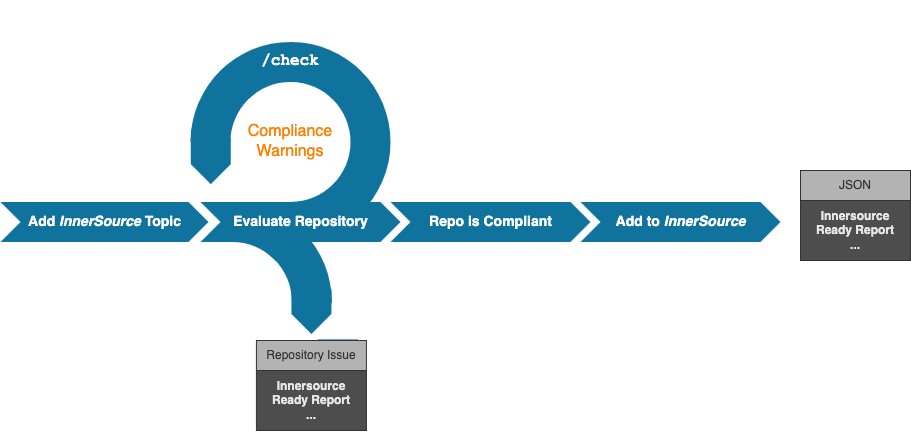
Above: docs/images/processflow.png in github-innersource/innersource-ready-report (draw.io), before the change. Source tidied: cells renumbered, new cells last; positions are measured from the earlier drawing's top-left corner, leaving out a move shared by most shapes.
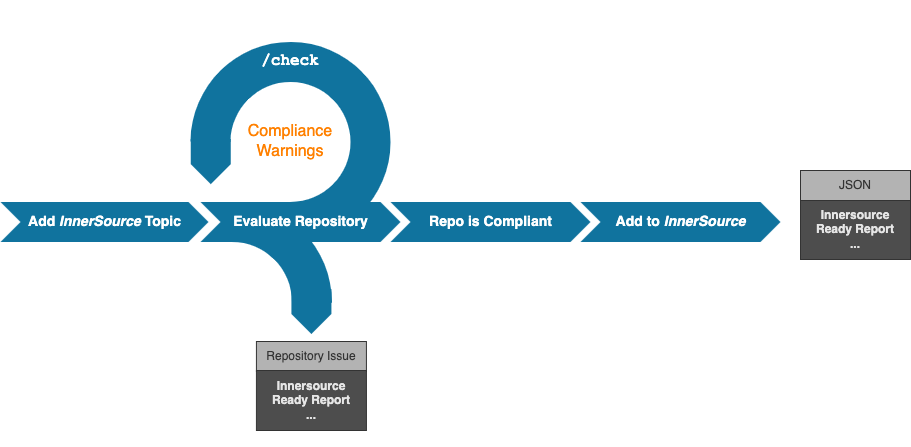
The same diagram one commit later.

Diff of the diagram source:
```diff
@@ -3,10 +3,10 @@
     <mxCell id="0" />
     <mxCell id="1" parent="0" />
     <mxCell id="2" style="group;" parent="1" vertex="1">
-      <mxGeometry x="148.6" width="282.8" height="442.8" as="geometry" />
+      <mxGeometry x="148.6" width="282.8" height="445" as="geometry" />
     </mxCell>
     <mxCell id="3" style="group;" parent="2" vertex="1">
-      <mxGeometry width="282.8" height="442.8" as="geometry" />
+      <mxGeometry width="282.8" height="445" as="geometry" />
     </mxCell>
     <mxCell id="4" style="verticalLabelPosition=bottom;verticalAlign=top;html=1;shape=mxgraph.basic.partConcEllipse;fillColor=#10739E;strokeColor=none;startAngle=0.3762531626299647;endAngle=0.125;arcWidth=0.4;rotation=135;" parent="3" vertex="1">
       <mxGeometry x="41.4" y="41.4" width="200" height="200" as="geometry" />
@@ -18,7 +18,7 @@
       <mxGeometry x="121.4" y="51.4" width="40" height="20" as="geometry" />
     </mxCell>
     <mxCell id="7" style="group;" parent="3" vertex="1">
-      <mxGeometry x="-58.6" y="160" width="282.8" height="282.8" as="geometry" />
+      <mxGeometry x="-58.6" y="160" width="330" height="282.8" as="geometry" />
     </mxCell>
     <mxCell id="8" style="verticalLabelPosition=bottom;verticalAlign=top;html=1;shape=mxgraph.basic.partConcEllipse;fillColor=#10739E;strokeColor=none;startAngle=0.625;endAngle=0.8761449798372287;arcWidth=0.4;rotation=135;" parent="7" vertex="1">
       <mxGeometry x="41.4" y="41.4" width="200" height="200" as="geometry" />
@@ -26,18 +26,12 @@
     <mxCell id="9" style="html=1;shape=mxgraph.infographic.ribbonSimple;notch1=0;notch2=20;fillColor=#10739E;strokeColor=none;align=center;verticalAlign=middle;fontColor=#ffffff;fontSize=14;fontStyle=1;rotation=90;" parent="7" vertex="1">
       <mxGeometry x="198.4" y="131" width="45" height="40" as="geometry" />
     </mxCell>
-    <mxCell id="10" style="html=1;shape=mxgraph.infographic.ribbonSimple;notch1=0;notch2=20;fillColor=#10739E;strokeColor=none;align=center;verticalAlign=middle;fontColor=#ffffff;fontSize=14;fontStyle=1;rotation=90;" parent="7" vertex="1">
-      <mxGeometry x="224.8" y="181.4" width="45" height="40" as="geometry" />
-    </mxCell>
-    <mxCell id="11" style="group;" parent="7" vertex="1">
-      <mxGeometry x="165.9" y="180" width="110" height="90" as="geometry" />
-    </mxCell>
+    <mxCell id="13" value="&lt;font color=&quot;#333333&quot;&gt;Repository Issue&lt;/font&gt;" style="rounded=0;whiteSpace=wrap;html=1;labelBackgroundColor=none;fontColor=#E6E6E6;strokeColor=#333333;fillColor=#B3B3B3;" parent="7" vertex="1">
+      <mxGeometry x="165.9" y="181" width="110" height="30" as="geometry" />
+    </mxCell>
-    <mxCell id="12" value="&lt;font color=&quot;#e6e6e6&quot;&gt;&lt;span style=&quot;font-family: &amp;#34;helvetica&amp;#34; ; font-size: 12px ; font-style: normal ; font-weight: 700 ; letter-spacing: normal ; text-align: center ; text-indent: 0px ; text-transform: none ; word-spacing: 0px ; display: inline ; float: none&quot;&gt;Innersource&lt;/span&gt;&lt;br style=&quot;font-family: &amp;#34;helvetica&amp;#34; ; font-size: 12px ; font-style: normal ; font-weight: 700 ; letter-spacing: normal ; text-align: center ; text-indent: 0px ; text-transform: none ; word-spacing: 0px&quot;&gt;&lt;span style=&quot;font-family: &amp;#34;helvetica&amp;#34; ; font-size: 12px ; font-style: normal ; font-weight: 700 ; letter-spacing: normal ; text-align: center ; text-indent: 0px ; text-transform: none ; word-spacing: 0px ; display: inline ; float: none&quot;&gt;Ready Report&lt;/span&gt;&lt;br style=&quot;font-family: &amp;#34;helvetica&amp;#34; ; font-size: 12px ; font-style: normal ; font-weight: 700 ; letter-spacing: normal ; text-align: center ; text-indent: 0px ; text-transform: none ; word-spacing: 0px&quot;&gt;&lt;span style=&quot;font-family: &amp;#34;helvetica&amp;#34; ; font-size: 12px ; font-style: normal ; font-weight: 700 ; letter-spacing: normal ; text-align: center ; text-indent: 0px ; text-transform: none ; word-spacing: 0px ; display: inline ; float: none&quot;&gt;...&lt;/span&gt;&lt;/font&gt;" style="rounded=0;whiteSpace=wrap;html=1;labelBackgroundColor=none;fontColor=#99FFFF;strokeColor=#333333;fillColor=#4D4D4D;" parent="11" vertex="1">
-      <mxGeometry y="30" width="110" height="60" as="geometry" />
+    <mxCell id="12" value="&lt;font color=&quot;#e6e6e6&quot;&gt;&lt;span style=&quot;font-family: &amp;#34;helvetica&amp;#34; ; font-size: 12px ; font-style: normal ; font-weight: 700 ; letter-spacing: normal ; text-align: center ; text-indent: 0px ; text-transform: none ; word-spacing: 0px ; display: inline ; float: none&quot;&gt;Innersource&lt;/span&gt;&lt;br style=&quot;font-family: &amp;#34;helvetica&amp;#34; ; font-size: 12px ; font-style: normal ; font-weight: 700 ; letter-spacing: normal ; text-align: center ; text-indent: 0px ; text-transform: none ; word-spacing: 0px&quot;&gt;&lt;span style=&quot;font-family: &amp;#34;helvetica&amp;#34; ; font-size: 12px ; font-style: normal ; font-weight: 700 ; letter-spacing: normal ; text-align: center ; text-indent: 0px ; text-transform: none ; word-spacing: 0px ; display: inline ; float: none&quot;&gt;Ready Report&lt;/span&gt;&lt;br style=&quot;font-family: &amp;#34;helvetica&amp;#34; ; font-size: 12px ; font-style: normal ; font-weight: 700 ; letter-spacing: normal ; text-align: center ; text-indent: 0px ; text-transform: none ; word-spacing: 0px&quot;&gt;&lt;span style=&quot;font-family: &amp;#34;helvetica&amp;#34; ; font-size: 12px ; font-style: normal ; font-weight: 700 ; letter-spacing: normal ; text-align: center ; text-indent: 0px ; text-transform: none ; word-spacing: 0px ; display: inline ; float: none&quot;&gt;...&lt;/span&gt;&lt;/font&gt;" style="rounded=0;whiteSpace=wrap;html=1;labelBackgroundColor=none;fontColor=#99FFFF;strokeColor=#333333;fillColor=#4D4D4D;" parent="3" vertex="1">
+      <mxGeometry x="107.3" y="370" width="110" height="60" as="geometry" />
     </mxCell>
-    <mxCell id="13" value="&lt;font color=&quot;#333333&quot;&gt;Repository Issue&lt;/font&gt;" style="rounded=0;whiteSpace=wrap;html=1;labelBackgroundColor=none;fontColor=#E6E6E6;strokeColor=#333333;fillColor=#B3B3B3;" parent="11" vertex="1">
-      <mxGeometry width="110" height="30" as="geometry" />
-    </mxCell>
     <mxCell id="14" style="html=1;shape=mxgraph.infographic.ribbonSimple;notch1=0;notch2=20;fillColor=#10739E;strokeColor=none;align=center;verticalAlign=middle;fontColor=#ffffff;fontSize=14;fontStyle=1;rotation=90;" parent="2" vertex="1">
       <mxGeometry x="39.2" y="141.2" width="45" height="40" as="geometry" />
     </mxCell>
@@ -57,7 +51,7 @@
       <mxGeometry x="800" y="170" width="110" height="90" as="geometry" />
     </mxCell>
     <mxCell id="20" value="&lt;font&gt;&lt;span style=&quot;font-family: &amp;quot;helvetica&amp;quot; ; font-size: 12px ; font-style: normal ; font-weight: 700 ; letter-spacing: normal ; text-align: center ; text-indent: 0px ; text-transform: none ; word-spacing: 0px ; display: inline ; float: none&quot;&gt;Innersource&lt;/span&gt;&lt;br style=&quot;font-family: &amp;quot;helvetica&amp;quot; ; font-size: 12px ; font-style: normal ; font-weight: 700 ; letter-spacing: normal ; text-align: center ; text-indent: 0px ; text-transform: none ; word-spacing: 0px&quot;&gt;&lt;span style=&quot;font-family: &amp;quot;helvetica&amp;quot; ; font-size: 12px ; font-style: normal ; font-weight: 700 ; letter-spacing: normal ; text-align: center ; text-indent: 0px ; text-transform: none ; word-spacing: 0px ; display: inline ; float: none&quot;&gt;Ready Report&lt;/span&gt;&lt;br style=&quot;font-family: &amp;quot;helvetica&amp;quot; ; font-size: 12px ; font-style: normal ; font-weight: 700 ; letter-spacing: normal ; text-align: center ; text-indent: 0px ; text-transform: none ; word-spacing: 0px&quot;&gt;&lt;span style=&quot;font-family: &amp;quot;helvetica&amp;quot; ; font-size: 12px ; font-style: normal ; font-weight: 700 ; letter-spacing: normal ; text-align: center ; text-indent: 0px ; text-transform: none ; word-spacing: 0px ; display: inline ; float: none&quot;&gt;...&lt;/span&gt;&lt;/font&gt;" style="rounded=0;whiteSpace=wrap;html=1;labelBackgroundColor=none;fontColor=#E6E6E6;strokeColor=#333333;fillColor=#4D4D4D;" parent="19" vertex="1">
-      <mxGeometry y="30" width="110" height="60" as="geometry" />
+      <mxGeometry y="29" width="110" height="60" as="geometry" />
     </mxCell>
     <mxCell id="21" value="&lt;font color=&quot;#333333&quot;&gt;JSON&lt;/font&gt;" style="rounded=0;whiteSpace=wrap;html=1;labelBackgroundColor=none;fontColor=#E6E6E6;strokeColor=#333333;fillColor=#B3B3B3;" parent="19" vertex="1">
       <mxGeometry width="110" height="30" as="geometry" />
```
